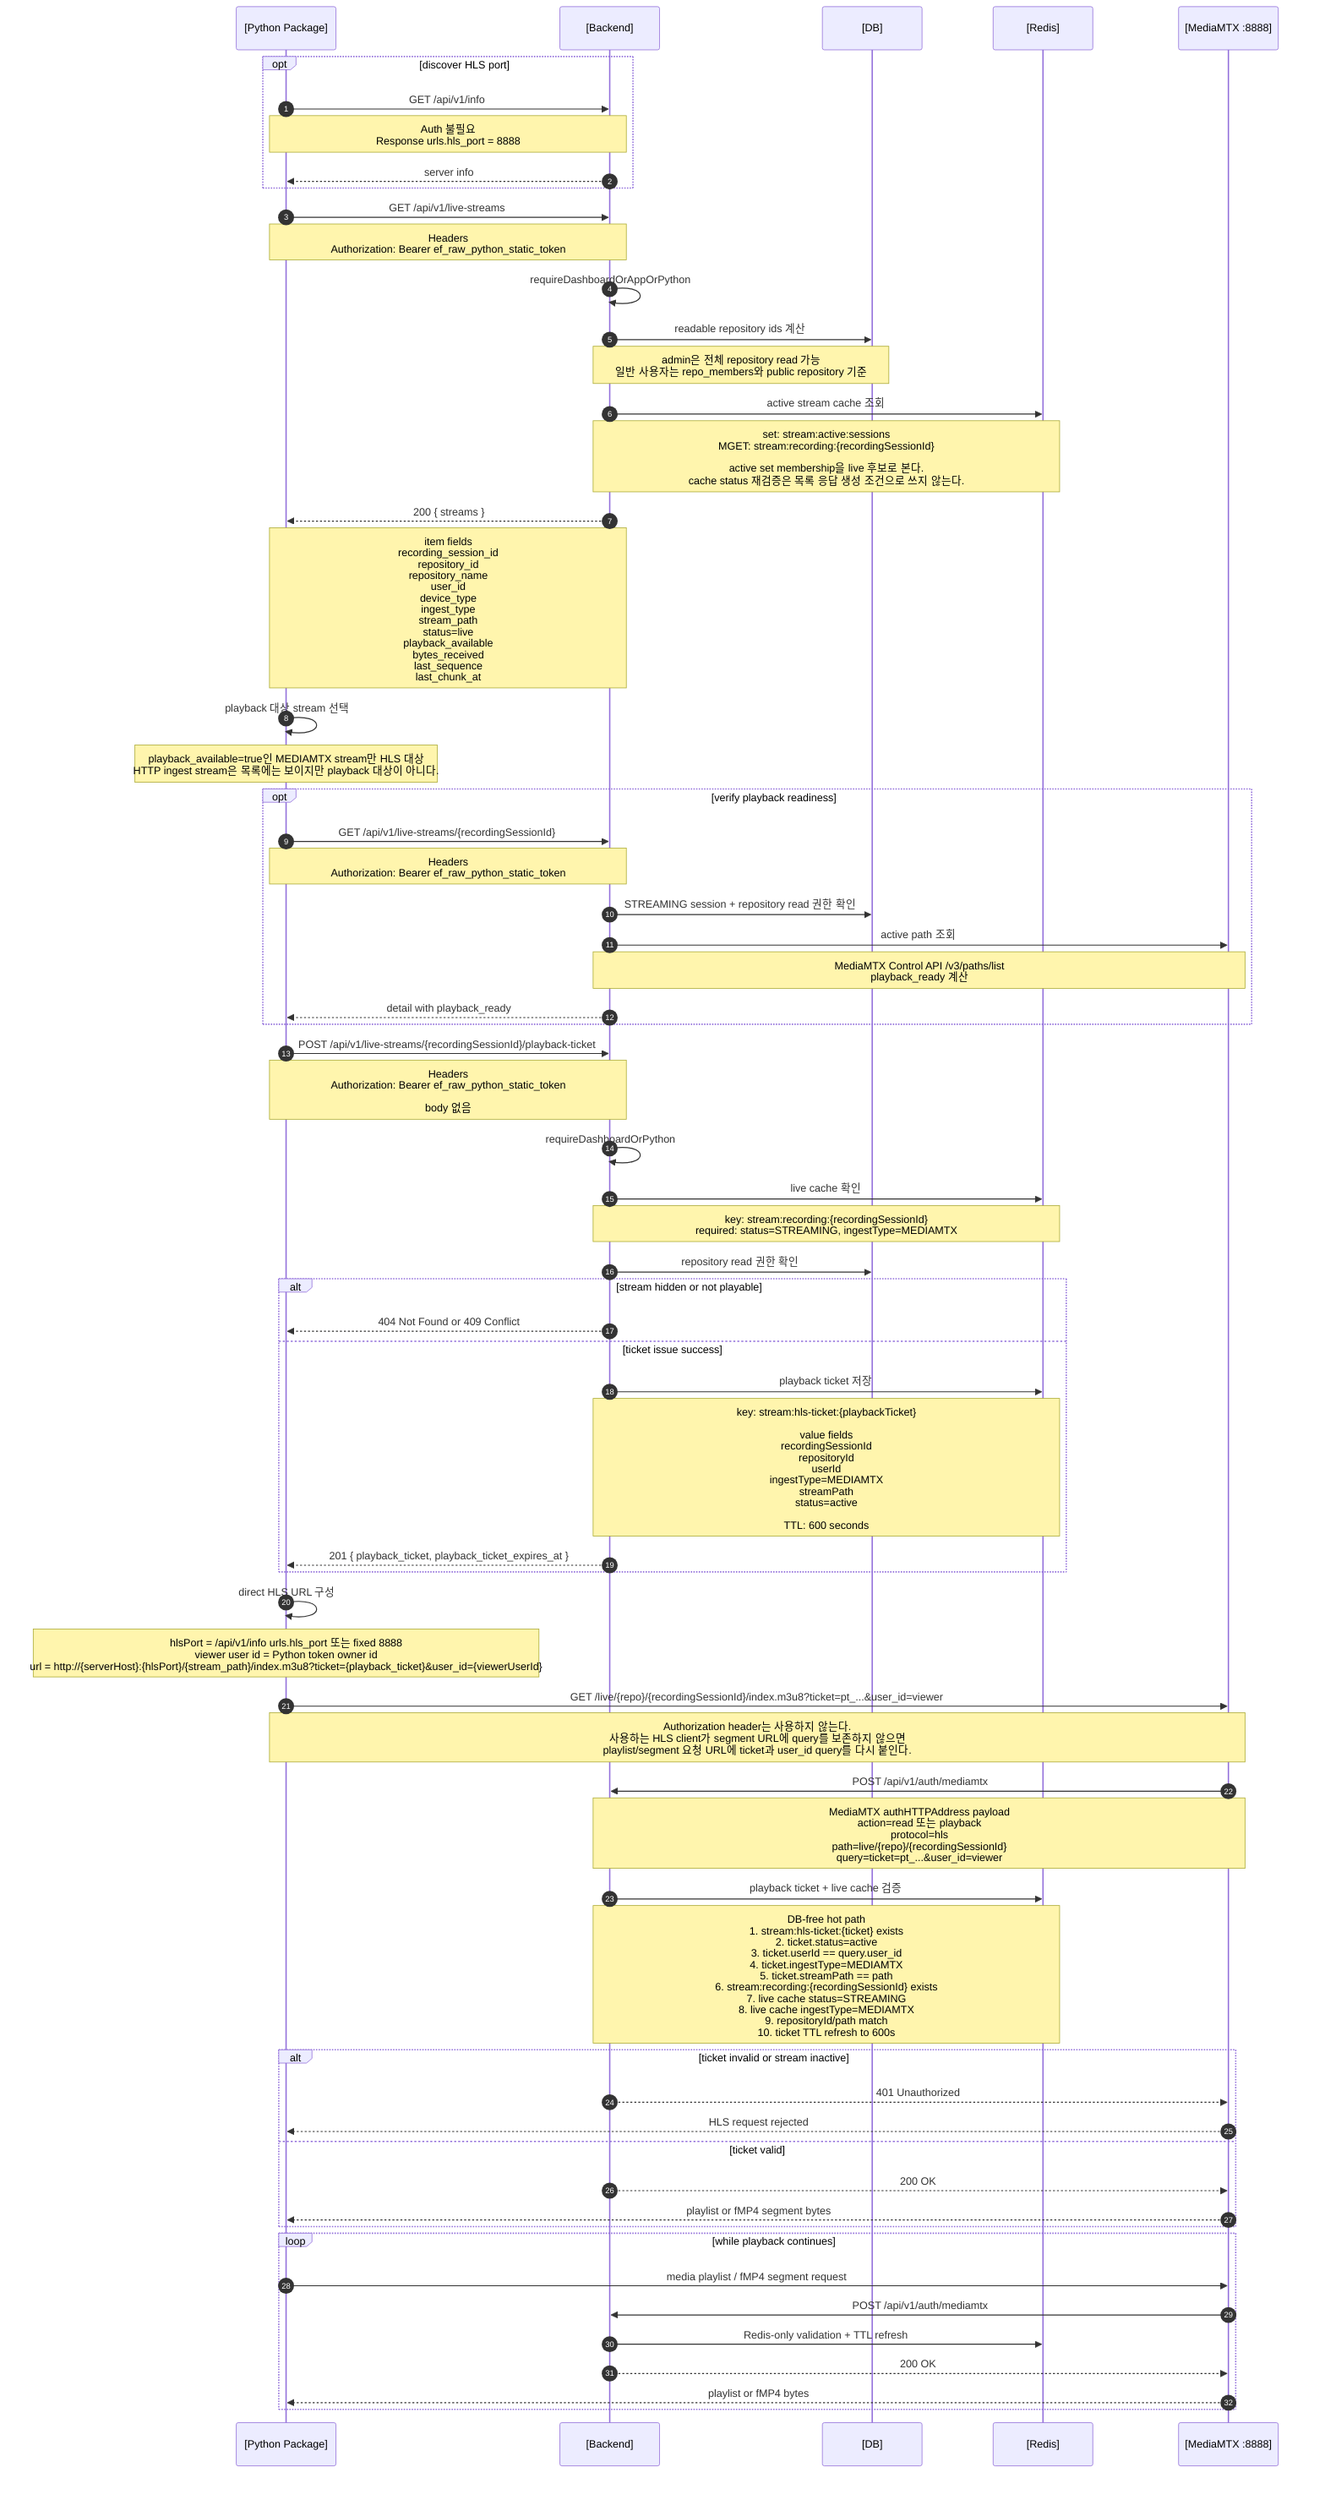
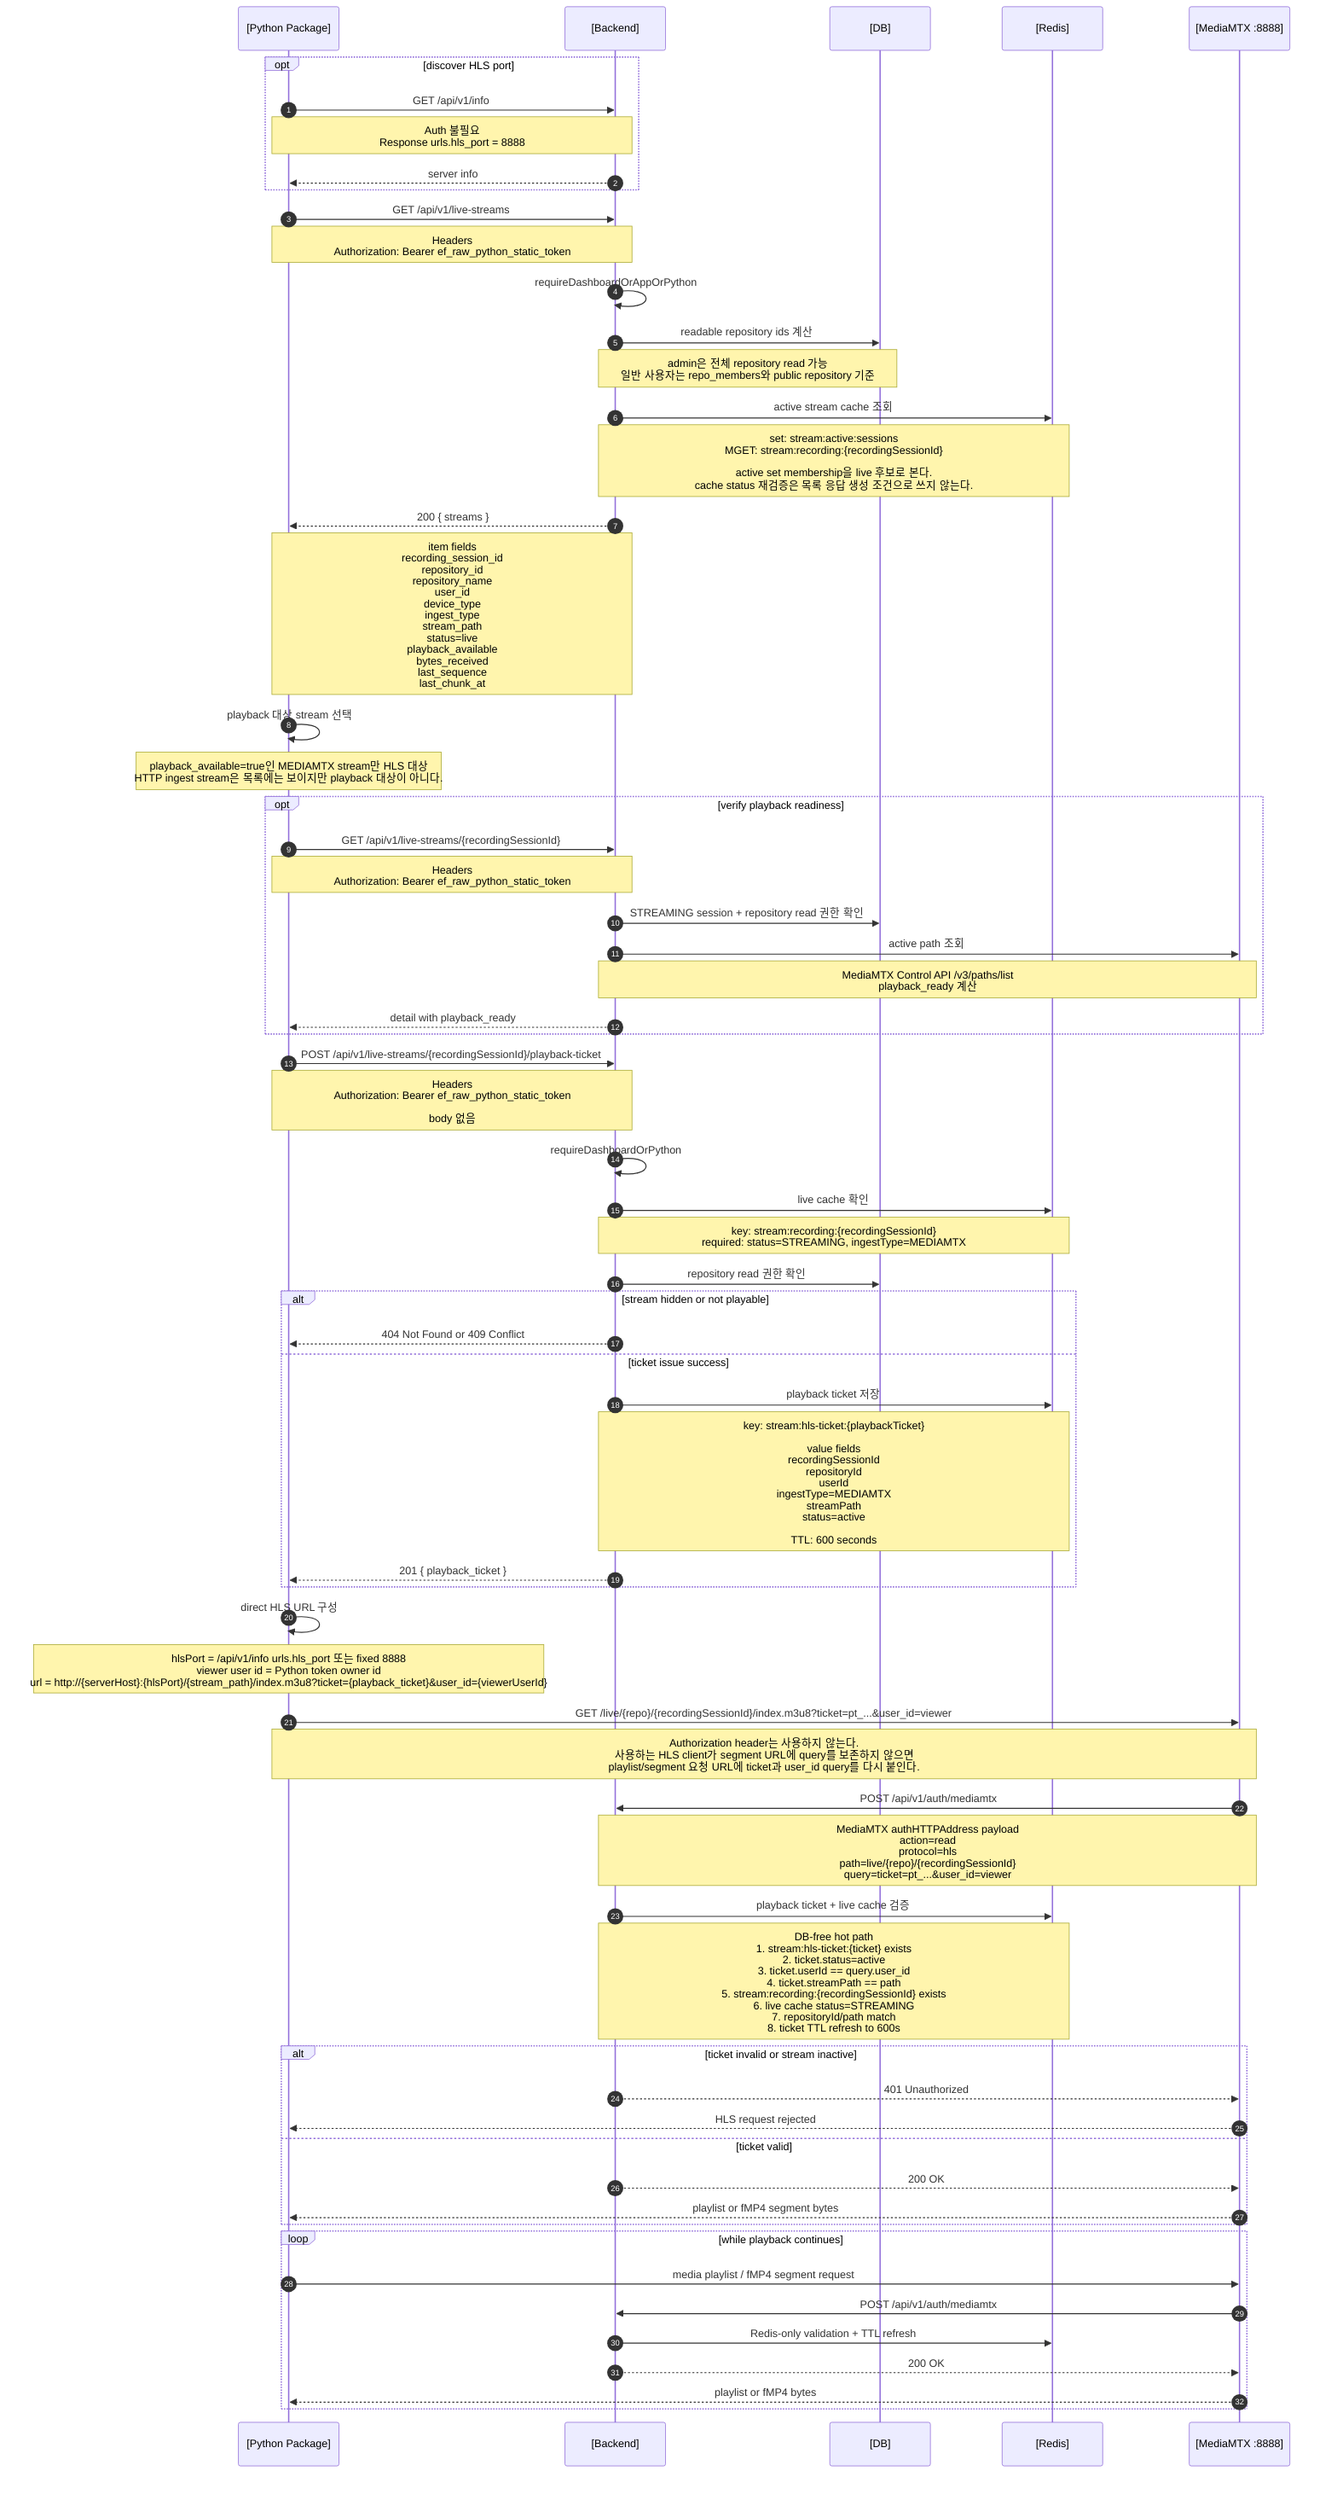
sequenceDiagram
  autonumber
  participant Python as [Python Package]
  participant Backend as [Backend]
  participant DB as [DB]
  participant Redis as [Redis]
  participant MTX as [MediaMTX :8888]

  opt discover HLS port
    Python->>Backend: GET /api/v1/info
    Note over Python,Backend: Auth 불필요<br/>Response urls.hls_port = 8888
    Backend-->>Python: server info
  end

  Python->>Backend: GET /api/v1/live-streams
  Note over Python,Backend: Headers<br/>Authorization: Bearer ef_raw_python_static_token

  Backend->>Backend: requireDashboardOrAppOrPython
  Backend->>DB: readable repository ids 계산
  Note over Backend,DB: admin은 전체 repository read 가능<br/>일반 사용자는 repo_members와 public repository 기준

  Backend->>Redis: active stream cache 조회
  Note over Backend,Redis: set: stream:active:sessions<br/>MGET: stream:recording:{recordingSessionId}<br/><br/>active set membership을 live 후보로 본다.<br/>cache status 재검증은 목록 응답 생성 조건으로 쓰지 않는다.

  Backend-->>Python: 200 { streams }
  Note over Backend,Python: item fields<br/>recording_session_id<br/>repository_id<br/>repository_name<br/>user_id<br/>device_type<br/>ingest_type<br/>stream_path<br/>status=live<br/>playback_available<br/>bytes_received<br/>last_sequence<br/>last_chunk_at

  Python->>Python: playback 대상 stream 선택
  Note over Python: playback_available=true인 MEDIAMTX stream만 HLS 대상<br/>HTTP ingest stream은 목록에는 보이지만 playback 대상이 아니다.

  opt verify playback readiness
    Python->>Backend: GET /api/v1/live-streams/{recordingSessionId}
    Note over Python,Backend: Headers<br/>Authorization: Bearer ef_raw_python_static_token
    Backend->>DB: STREAMING session + repository read 권한 확인
    Backend->>MTX: active path 조회
    Note over Backend,MTX: MediaMTX Control API /v3/paths/list<br/>playback_ready 계산
    Backend-->>Python: detail with playback_ready
  end

  Python->>Backend: POST /api/v1/live-streams/{recordingSessionId}/playback-ticket
  Note over Python,Backend: Headers<br/>Authorization: Bearer ef_raw_python_static_token<br/><br/>body 없음

  Backend->>Backend: requireDashboardOrPython
  Backend->>Redis: live cache 확인
  Note over Backend,Redis: key: stream:recording:{recordingSessionId}<br/>required: status=STREAMING, ingestType=MEDIAMTX
  Backend->>DB: repository read 권한 확인

  alt stream hidden or not playable
    Backend-->>Python: 404 Not Found or 409 Conflict
  else ticket issue success
    Backend->>Redis: playback ticket 저장
    Note over Backend,Redis: key: stream:hls-ticket:{playbackTicket}<br/><br/>value fields<br/>recordingSessionId<br/>repositoryId<br/>userId<br/>ingestType=MEDIAMTX<br/>streamPath<br/>status=active<br/><br/>TTL: 600 seconds
-     Backend-->>Python: 201 { playback_ticket, playback_ticket_expires_at }
+     Backend-->>Python: 201 { playback_ticket }
  end

  Python->>Python: direct HLS URL 구성
  Note over Python: hlsPort = /api/v1/info urls.hls_port 또는 fixed 8888<br/>viewer user id = Python token owner id<br/>url = http://{serverHost}:{hlsPort}/{stream_path}/index.m3u8?ticket={playback_ticket}&user_id={viewerUserId}

  Python->>MTX: GET /live/{repo}/{recordingSessionId}/index.m3u8?ticket=pt_...&user_id=viewer
  Note over Python,MTX: Authorization header는 사용하지 않는다.<br/>사용하는 HLS client가 segment URL에 query를 보존하지 않으면<br/>playlist/segment 요청 URL에 ticket과 user_id query를 다시 붙인다.

  MTX->>Backend: POST /api/v1/auth/mediamtx
-   Note over MTX,Backend: MediaMTX authHTTPAddress payload<br/>action=read 또는 playback<br/>protocol=hls<br/>path=live/{repo}/{recordingSessionId}<br/>query=ticket=pt_...&user_id=viewer
+   Note over MTX,Backend: MediaMTX authHTTPAddress payload<br/>action=read<br/>protocol=hls<br/>path=live/{repo}/{recordingSessionId}<br/>query=ticket=pt_...&user_id=viewer

  Backend->>Redis: playback ticket + live cache 검증
-   Note over Backend,Redis: DB-free hot path<br/>1. stream:hls-ticket:{ticket} exists<br/>2. ticket.status=active<br/>3. ticket.userId == query.user_id<br/>4. ticket.ingestType=MEDIAMTX<br/>5. ticket.streamPath == path<br/>6. stream:recording:{recordingSessionId} exists<br/>7. live cache status=STREAMING<br/>8. live cache ingestType=MEDIAMTX<br/>9. repositoryId/path match<br/>10. ticket TTL refresh to 600s
+   Note over Backend,Redis: DB-free hot path<br/>1. stream:hls-ticket:{ticket} exists<br/>2. ticket.status=active<br/>3. ticket.userId == query.user_id<br/>4. ticket.streamPath == path<br/>5. stream:recording:{recordingSessionId} exists<br/>6. live cache status=STREAMING<br/>7. repositoryId/path match<br/>8. ticket TTL refresh to 600s

  alt ticket invalid or stream inactive
    Backend-->>MTX: 401 Unauthorized
    MTX-->>Python: HLS request rejected
  else ticket valid
    Backend-->>MTX: 200 OK
    MTX-->>Python: playlist or fMP4 segment bytes
  end

  loop while playback continues
    Python->>MTX: media playlist / fMP4 segment request
    MTX->>Backend: POST /api/v1/auth/mediamtx
    Backend->>Redis: Redis-only validation + TTL refresh
    Backend-->>MTX: 200 OK
    MTX-->>Python: playlist or fMP4 bytes
  end

%% 참고:
%% Python playback ticket 발급은 ef_ static token으로 수행한다.
%% completed video manifest(/api/v1/repositories/{repoId}/manifest) 흐름과 live HLS playback은 별개다.
%% Python HLS client는 segment request까지 ticket과 user_id query가 전달되도록 해야 한다.
%% query가 segment request까지 자동 유지되지 않는 client라면 각 playlist/segment URL에 같은 query를 다시 붙인다.
%% HLS bytes는 Caddy를 거치지 않고 MediaMTX 8888/tcp에서 직접 받는다.
%% Caddy /hls route와 legacy HLS auth endpoint는 현재 구조에 없다.
